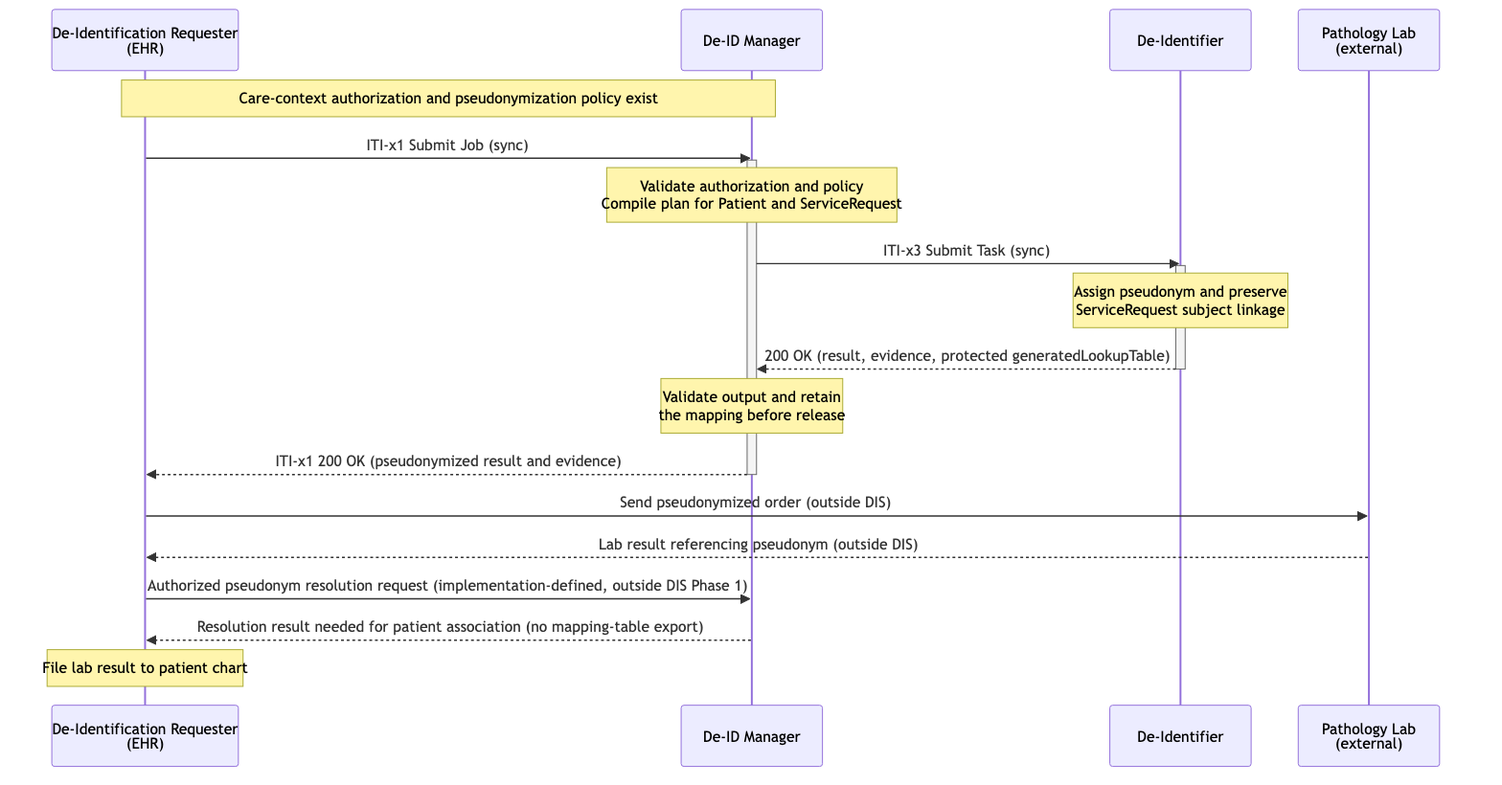
Earlier version of the Mermaid export input/images/dis-uc3-clinical-pathology.png (IHE/ITI.DIS). Its source is kept beside it as input/images-source/dis-uc3-clinical-pathology.mmd.
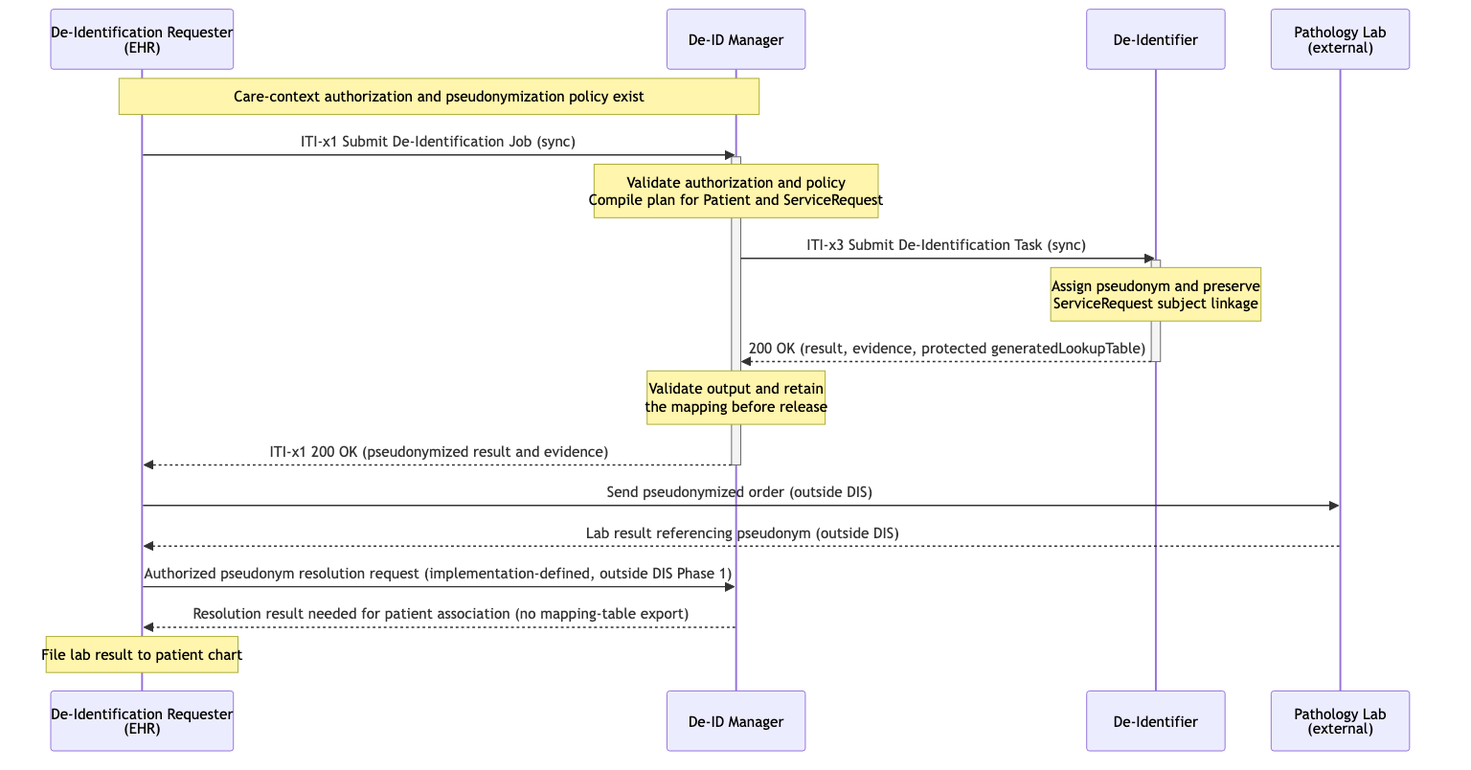
After the commit.

Diff of the diagram source:
```diff
@@ -6,11 +6,11 @@
 
     Note over EHR,MGR: Care-context authorization and pseudonymization policy exist
 
-    EHR->>MGR: ITI-x1 Submit Job (sync)
+    EHR->>MGR: ITI-x1 Submit De-Identification Job (sync)
     activate MGR
     Note over MGR: Validate authorization and policy<br/>Compile plan for Patient and ServiceRequest
 
-    MGR->>DI: ITI-x3 Submit Task (sync)
+    MGR->>DI: ITI-x3 Submit De-Identification Task (sync)
     activate DI
     Note over DI: Assign pseudonym and preserve<br/>ServiceRequest subject linkage
     DI-->>MGR: 200 OK (result, evidence, protected generatedLookupTable)
```
